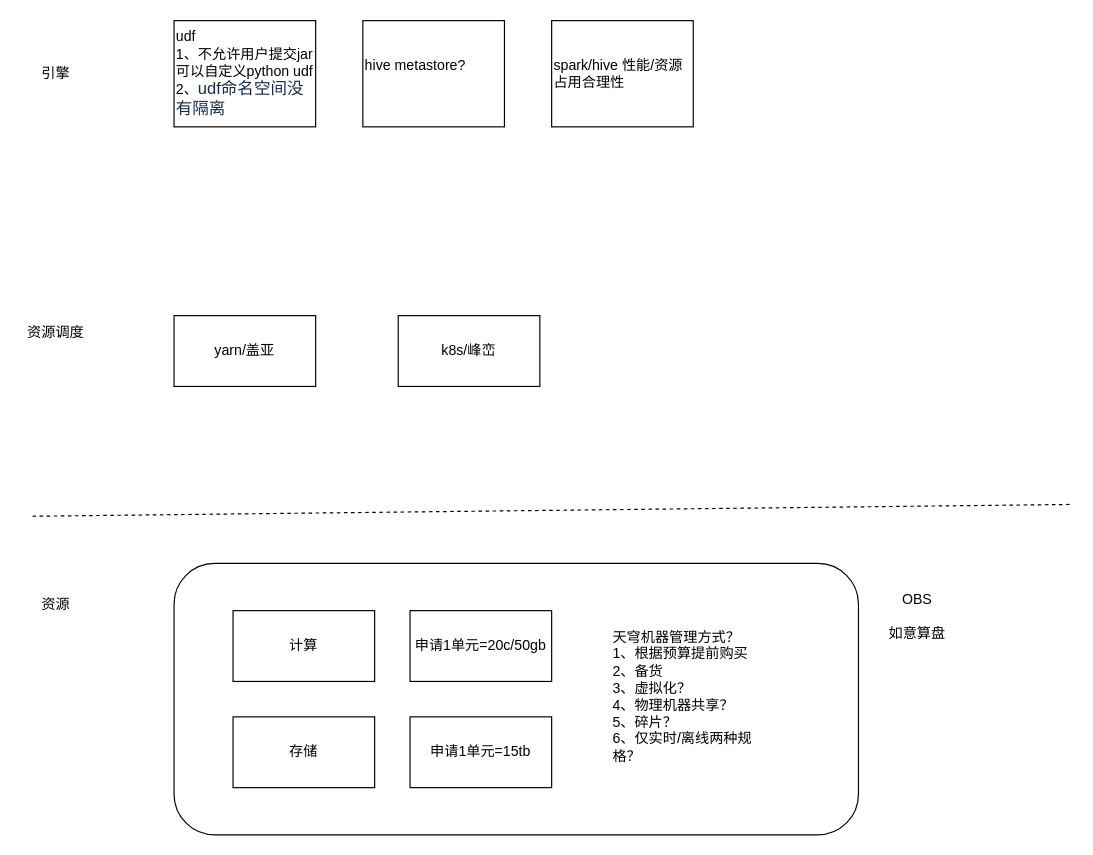
Above: 天穹2.0.drawio in yuhuali1989/ui (draw.io), before the change. Source tidied: cells renumbered, new cells numbered last; positions are measured from the earlier drawing's top-left corner, leaving out a move shared by most shapes. Both pictures are drawn from the tidied source at 118%, with x=0, y=0 at pixel (20, 20).
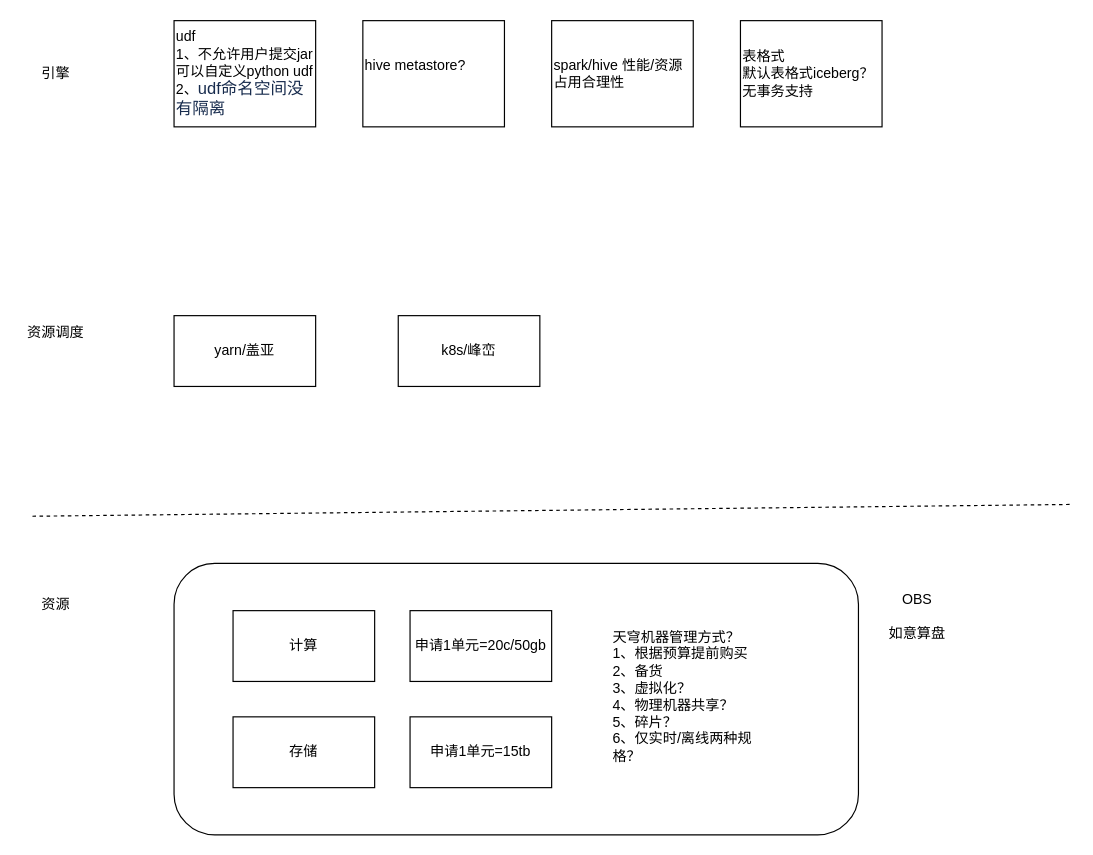
After the change.

What changed in the source:
```diff
@@
 <mxGraphModel>
   <root>
     <mxCell id="0" />
     <mxCell id="1" parent="0" />
     <mxCell id="2" style="rounded=1;whiteSpace=wrap;html=1;" parent="1" vertex="1">
       <mxGeometry x="130" y="460" width="580" height="230" as="geometry" />
     </mxCell>
     <mxCell id="3" value="存储" style="rounded=0;whiteSpace=wrap;html=1;" parent="1" vertex="1">
       <mxGeometry x="180" y="590" width="120" height="60" as="geometry" />
     </mxCell>
     <mxCell id="4" value="计算" style="rounded=0;whiteSpace=wrap;html=1;" parent="1" vertex="1">
       <mxGeometry x="180" y="500" width="120" height="60" as="geometry" />
     </mxCell>
     <mxCell id="5" value="申请1单元=15tb" style="rounded=0;whiteSpace=wrap;html=1;" parent="1" vertex="1">
       <mxGeometry x="330" y="590" width="120" height="60" as="geometry" />
     </mxCell>
     <mxCell id="6" value="申请1单元=20c/50gb" style="rounded=0;whiteSpace=wrap;html=1;" parent="1" vertex="1">
       <mxGeometry x="330" y="500" width="120" height="60" as="geometry" />
     </mxCell>
     <mxCell id="7" value="天穹机器管理方式？&lt;br&gt;1、根据预算提前购买&lt;br&gt;2、备货&lt;br&gt;3、虚拟化？&lt;br&gt;4、物理机器共享？&lt;br&gt;5、碎片？&lt;br&gt;6、仅实时/离线两种规格？" style="text;html=1;strokeColor=none;fillColor=none;align=left;verticalAlign=middle;whiteSpace=wrap;rounded=0;" parent="1" vertex="1">
       <mxGeometry x="500" y="495" width="130" height="155" as="geometry" />
     </mxCell>
     <mxCell id="8" value="OBS&lt;br&gt;&lt;br&gt;如意算盘" style="text;html=1;strokeColor=none;fillColor=none;align=center;verticalAlign=middle;whiteSpace=wrap;rounded=0;" parent="1" vertex="1">
       <mxGeometry x="730" y="490" width="60" height="30" as="geometry" />
     </mxCell>
     <mxCell id="9" style="endArrow=none;dashed=1;html=1;rounded=0;" parent="1" edge="1">
       <mxGeometry relative="1" as="geometry">
         <mxPoint x="10" y="420" as="sourcePoint" />
         <mxPoint x="890" y="410" as="targetPoint" />
       </mxGeometry>
     </mxCell>
     <mxCell id="10" value="资源" style="text;html=1;strokeColor=none;fillColor=none;align=center;verticalAlign=middle;whiteSpace=wrap;rounded=0;" parent="1" vertex="1">
       <mxGeometry y="480" width="60" height="30" as="geometry" />
     </mxCell>
     <mxCell id="11" value="yarn/盖亚" style="rounded=0;whiteSpace=wrap;html=1;" parent="1" vertex="1">
       <mxGeometry x="130" y="250" width="120" height="60" as="geometry" />
     </mxCell>
     <mxCell id="12" value="资源调度" style="text;html=1;strokeColor=none;fillColor=none;align=center;verticalAlign=middle;whiteSpace=wrap;rounded=0;" parent="1" vertex="1">
       <mxGeometry y="250" width="60" height="30" as="geometry" />
     </mxCell>
     <mxCell id="13" value="引擎" style="text;html=1;strokeColor=none;fillColor=none;align=center;verticalAlign=middle;whiteSpace=wrap;rounded=0;" parent="1" vertex="1">
       <mxGeometry y="30" width="60" height="30" as="geometry" />
     </mxCell>
     <mxCell id="14" value="udf&lt;br&gt;1、不允许用户提交jar&lt;br&gt;可以自定义python udf&lt;br&gt;2、&lt;span style=&quot;color: rgb(23 , 43 , 77) ; font-family: , &amp;#34;system-ui&amp;#34; , &amp;#34;segoe ui&amp;#34; , &amp;#34;roboto&amp;#34; , &amp;#34;oxygen&amp;#34; , &amp;#34;ubuntu&amp;#34; , &amp;#34;fira sans&amp;#34; , &amp;#34;droid sans&amp;#34; , &amp;#34;helvetica neue&amp;#34; , sans-serif ; font-size: 14px ; background-color: rgb(255 , 255 , 255)&quot;&gt;udf命名空间没有隔离&lt;/span&gt;" style="rounded=0;whiteSpace=wrap;html=1;align=left;" parent="1" vertex="1">
       <mxGeometry x="130" width="120" height="90" as="geometry" />
     </mxCell>
     <mxCell id="15" value="hive metastore?&lt;br&gt;&lt;br&gt;" style="rounded=0;whiteSpace=wrap;html=1;align=left;" parent="1" vertex="1">
       <mxGeometry x="290" width="120" height="90" as="geometry" />
     </mxCell>
     <mxCell id="16" value="spark/hive 性能/资源占用合理性" style="rounded=0;whiteSpace=wrap;html=1;align=left;" parent="1" vertex="1">
       <mxGeometry x="450" width="120" height="90" as="geometry" />
     </mxCell>
     <mxCell id="17" value="k8s/峰峦" style="rounded=0;whiteSpace=wrap;html=1;" parent="1" vertex="1">
       <mxGeometry x="320" y="250" width="120" height="60" as="geometry" />
     </mxCell>
+    <mxCell id="18" value="表格式&lt;br&gt;默认表格式iceberg？&lt;br&gt;无事务支持" style="rounded=0;whiteSpace=wrap;html=1;align=left;" parent="1" vertex="1">
+      <mxGeometry x="610" width="120" height="90" as="geometry" />
+    </mxCell>
   </root>
 </mxGraphModel>
```
